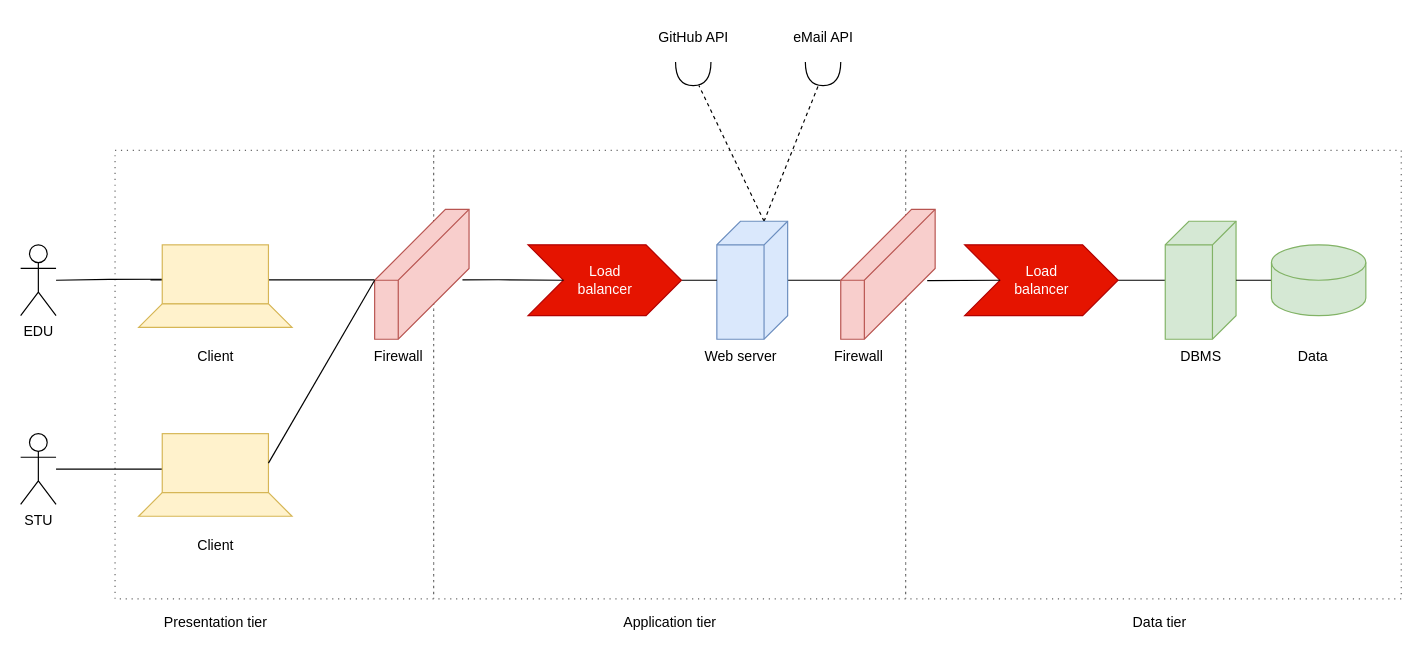
Before: page "High level components" (1 of 4) of DD/images/diagrams/chapter2.drawio in pontig/sw-eng-2-PasiniPontiggiaStasi, a draw.io diagram. Source tidied: cells renumbered, new cells numbered last; positions are measured from the earlier drawing's top-left corner, leaving out a move shared by most shapes. Both pictures are drawn from the tidied source at 118%, with x=0, y=0 at pixel (20, 20).
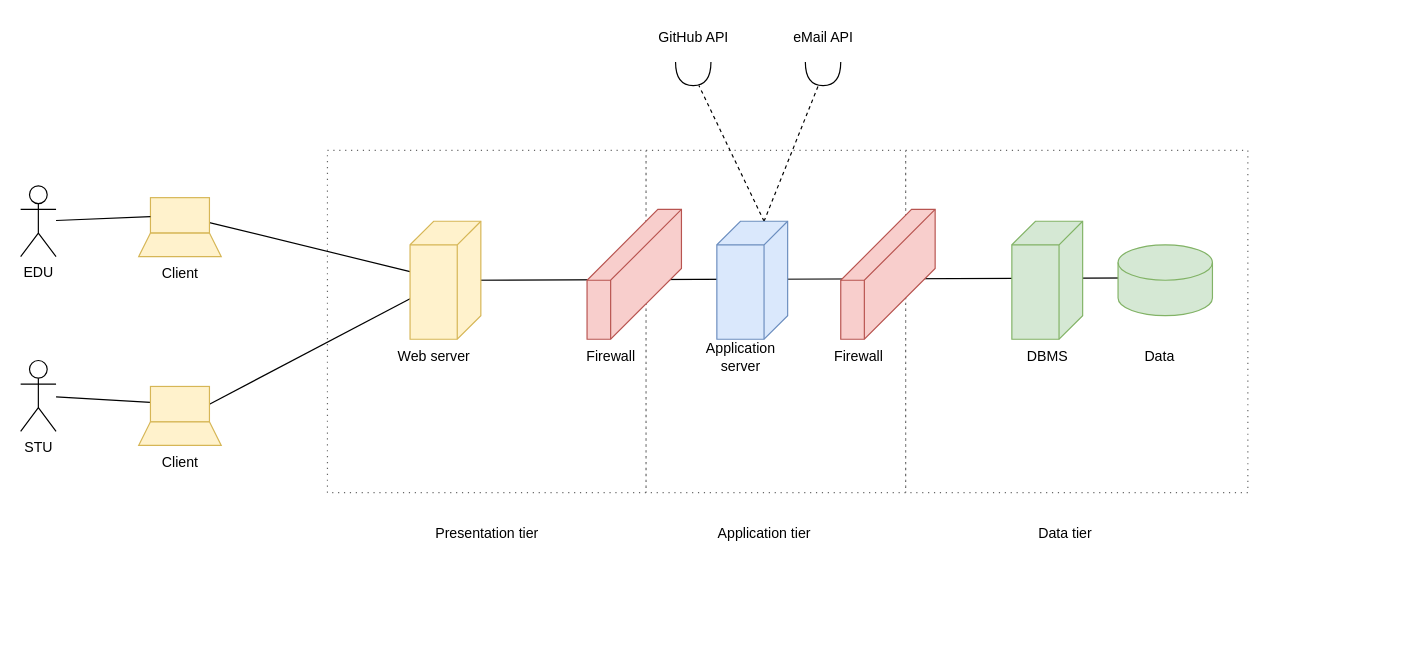
After the change.

The change refers to these unchanged cells:
```xml
<mxCell id="8" style="verticalAlign=top;align=left;spacingTop=8;spacingLeft=2;spacingRight=12;shape=cube;size=20;direction=south;fontStyle=4;html=1;whiteSpace=wrap;fillColor=#dae8fc;strokeColor=#6c8ebf;" parent="1" vertex="1">
  <mxGeometry x="590" y="170" width="60" height="100" as="geometry" />
</mxCell>
<mxCell id="20" style="verticalAlign=top;align=left;spacingTop=8;spacingLeft=2;spacingRight=12;shape=cube;size=60;direction=south;fontStyle=4;html=1;whiteSpace=wrap;fillStyle=auto;fillColor=#f8cecc;strokeColor=#b85450;" parent="1" vertex="1">
  <mxGeometry x="695" y="160" width="80" height="110" as="geometry" />
</mxCell>
```

Change to the diagram source:
```diff
@@
+    <mxCell id="44" style="endArrow=none;html=1;rounded=0;" parent="1" edge="1">
+      <mxGeometry relative="1" as="geometry">
+        <mxPoint x="370" y="220" as="sourcePoint" />
+        <mxPoint x="960" y="218" as="targetPoint" />
+      </mxGeometry>
+    </mxCell>
     <mxCell id="2" style="rounded=0;whiteSpace=wrap;html=1;fillColor=none;fontColor=#333333;strokeColor=#666666;dashed=1;dashPattern=1 4;" parent="1" vertex="1">
-      <mxGeometry x="750" y="110" width="420" height="380" as="geometry" />
+      <mxGeometry x="750" y="110" width="290" height="290" as="geometry" />
     </mxCell>
     <mxCell id="3" style="rounded=0;whiteSpace=wrap;html=1;fillColor=none;fontColor=#333333;strokeColor=#666666;dashed=1;dashPattern=1 4;" parent="1" vertex="1">
-      <mxGeometry x="350" y="110" width="400" height="380" as="geometry" />
+      <mxGeometry x="530" y="110" width="220" height="290" as="geometry" />
     </mxCell>
     <mxCell id="4" style="rounded=0;whiteSpace=wrap;html=1;fillColor=none;fontColor=#333333;strokeColor=#666666;dashed=1;dashPattern=1 4;" parent="1" vertex="1">
-      <mxGeometry x="80" y="110" width="270" height="380" as="geometry" />
+      <mxGeometry x="260" y="110" width="270" height="290" as="geometry" />
     </mxCell>
-    <mxCell id="5" style="edgeStyle=orthogonalEdgeStyle;rounded=0;jettySize=auto;html=1;entryX=0;entryY=0;entryDx=60;entryDy=80;entryPerimeter=0;endArrow=none;endFill=0;" parent="1" edge="1" source="8" target="20">
-      <mxGeometry relative="1" as="geometry" />
-    </mxCell>
@@
-    <mxCell id="9" value="Web server" style="text;html=1;align=center;verticalAlign=middle;strokeColor=none;fillColor=none;" parent="1" vertex="1">
-      <mxGeometry x="570" y="270" width="80" height="30" as="geometry" />
+    <mxCell id="9" value="Application &lt;br&gt;server" style="text;html=1;align=center;verticalAlign=middle;strokeColor=none;fillColor=none;" parent="1" vertex="1">
+      <mxGeometry x="570" y="265" width="80" height="40" as="geometry" />
     </mxCell>
-    <mxCell id="10" style="edgeStyle=orthogonalEdgeStyle;rounded=0;jettySize=auto;html=1;endArrow=none;endFill=0;" parent="1" edge="1" source="11" target="8">
-      <mxGeometry relative="1" as="geometry" />
-    </mxCell>
-    <mxCell id="11" value="Load&lt;br&gt;balancer" style="html=1;shadow=0;dashed=0;align=center;verticalAlign=middle;shape=mxgraph.arrows2.arrow;dy=0;dx=30;notch=30;fillColor=#e51400;strokeColor=#B20000;fontColor=#ffffff;" parent="1" vertex="1">
-      <mxGeometry x="430" y="190" width="130" height="60" as="geometry" />
-    </mxCell>
-    <mxCell id="12" style="edgeStyle=orthogonalEdgeStyle;rounded=0;jettySize=auto;html=1;entryX=0;entryY=0.5;entryDx=30;entryDy=0;entryPerimeter=0;endArrow=none;endFill=0;exitX=0.542;exitY=0.07;exitDx=0;exitDy=0;exitPerimeter=0;" parent="1" edge="1" source="14" target="11">
-      <mxGeometry relative="1" as="geometry" />
-    </mxCell>
-    <mxCell id="13" style="edgeStyle=orthogonalEdgeStyle;rounded=0;jettySize=auto;html=1;endArrow=none;endFill=0;" parent="1" edge="1" target="17">
-      <mxGeometry relative="1" as="geometry">
-        <mxPoint x="300" y="219.7" as="sourcePoint" />
-        <Array as="points">
-          <mxPoint x="110" y="220" />
-          <mxPoint x="110" y="220" />
-        </Array>
-      </mxGeometry>
-    </mxCell>
     <mxCell id="14" style="verticalAlign=top;align=left;spacingTop=8;spacingLeft=2;spacingRight=12;shape=cube;size=60;direction=south;fontStyle=4;html=1;whiteSpace=wrap;fillStyle=auto;fillColor=#f8cecc;strokeColor=#b85450;" parent="1" vertex="1">
-      <mxGeometry x="300" y="160" width="80" height="110" as="geometry" />
+      <mxGeometry x="480" y="160" width="80" height="110" as="geometry" />
     </mxCell>
     <mxCell id="15" value="Firewall" style="text;html=1;align=center;verticalAlign=middle;strokeColor=none;fillColor=none;" parent="1" vertex="1">
-      <mxGeometry x="290" y="270" width="60" height="30" as="geometry" />
+      <mxGeometry x="470" y="270" width="60" height="30" as="geometry" />
     </mxCell>
-    <mxCell id="16" style="edgeStyle=orthogonalEdgeStyle;rounded=0;jettySize=auto;html=1;exitX=0.007;exitY=0.583;exitDx=0;exitDy=0;exitPerimeter=0;endArrow=none;endFill=0;" parent="1" edge="1" source="17" target="35">
-      <mxGeometry relative="1" as="geometry" />
-    </mxCell>
+    <mxCell id="45" style="rounded=0;jettySize=auto;html=1;endArrow=none;endFill=0;" parent="1" edge="1" source="17" target="51">
+      <mxGeometry relative="1" as="geometry" />
+    </mxCell>
     <mxCell id="17" style="whiteSpace=wrap;html=1;fillColor=#fff2cc;strokeColor=#d6b656;" parent="1" vertex="1">
-      <mxGeometry x="120" y="190" width="90" height="50" as="geometry" />
+      <mxGeometry x="110" y="150" width="50" height="30" as="geometry" />
     </mxCell>
-    <mxCell id="18" style="shape=trapezoid;perimeter=trapezoidPerimeter;whiteSpace=wrap;html=1;fixedSize=1;fillColor=#fff2cc;strokeColor=#d6b656;" parent="1" vertex="1">
-      <mxGeometry x="100" y="240" width="130" height="20" as="geometry" />
+    <mxCell id="18" style="shape=trapezoid;perimeter=trapezoidPerimeter;whiteSpace=wrap;html=1;fixedSize=1;fillColor=#fff2cc;strokeColor=#d6b656;size=10;" parent="1" vertex="1">
+      <mxGeometry x="100" y="180" width="70" height="20" as="geometry" />
     </mxCell>
     <mxCell id="19" value="Client" style="text;html=1;align=center;verticalAlign=middle;strokeColor=none;fillColor=none;" parent="1" vertex="1">
-      <mxGeometry x="140" y="270" width="50" height="30" as="geometry" />
+      <mxGeometry x="110" y="200" width="50" height="30" as="geometry" />
     </mxCell>
@@
-    <mxCell id="22" style="edgeStyle=orthogonalEdgeStyle;rounded=0;jettySize=auto;html=1;endArrow=none;endFill=0;" parent="1" edge="1" source="23" target="25">
-      <mxGeometry relative="1" as="geometry" />
-    </mxCell>
-    <mxCell id="23" value="Load&lt;br&gt;balancer" style="html=1;shadow=0;dashed=0;align=center;verticalAlign=middle;shape=mxgraph.arrows2.arrow;dy=0;dx=30;notch=30;fillColor=#e51400;strokeColor=#B20000;fontColor=#ffffff;" parent="1" vertex="1">
-      <mxGeometry x="800" y="190" width="130" height="60" as="geometry" />
-    </mxCell>
-    <mxCell id="24" style="endArrow=none;html=1;rounded=0;entryX=0;entryY=0.5;entryDx=30;entryDy=0;entryPerimeter=0;exitX=0.548;exitY=0.084;exitDx=0;exitDy=0;exitPerimeter=0;" parent="1" edge="1" source="20" target="23">
-      <mxGeometry relative="1" as="geometry" />
-    </mxCell>
     <mxCell id="25" style="verticalAlign=top;align=left;spacingTop=8;spacingLeft=2;spacingRight=12;shape=cube;size=20;direction=south;fontStyle=4;html=1;whiteSpace=wrap;fillColor=#d5e8d4;strokeColor=#82b366;" parent="1" vertex="1">
-      <mxGeometry x="970" y="170" width="60" height="100" as="geometry" />
+      <mxGeometry x="840" y="170" width="60" height="100" as="geometry" />
     </mxCell>
     <mxCell id="26" value="DBMS" style="text;html=1;align=center;verticalAlign=middle;strokeColor=none;fillColor=none;" parent="1" vertex="1">
-      <mxGeometry x="970" y="270" width="60" height="30" as="geometry" />
+      <mxGeometry x="840" y="270" width="60" height="30" as="geometry" />
     </mxCell>
-    <mxCell id="27" style="edgeStyle=orthogonalEdgeStyle;rounded=0;jettySize=auto;html=1;endArrow=none;endFill=0;" parent="1" edge="1" source="28" target="25">
-      <mxGeometry relative="1" as="geometry" />
-    </mxCell>
     <mxCell id="28" style="shape=cylinder3;whiteSpace=wrap;html=1;boundedLbl=1;backgroundOutline=1;size=15;fillColor=#d5e8d4;strokeColor=#82b366;" parent="1" vertex="1">
-      <mxGeometry x="1060" y="190" width="80" height="60" as="geometry" />
+      <mxGeometry x="930" y="190" width="80" height="60" as="geometry" />
     </mxCell>
     <mxCell id="29" value="Data" style="text;html=1;align=center;verticalAlign=middle;strokeColor=none;fillColor=none;" parent="1" vertex="1">
-      <mxGeometry x="1070" y="270" width="50" height="30" as="geometry" />
+      <mxGeometry x="940" y="270" width="50" height="30" as="geometry" />
     </mxCell>
-    <mxCell id="30" style="edgeStyle=orthogonalEdgeStyle;rounded=0;jettySize=auto;html=1;endArrow=none;endFill=0;" parent="1" edge="1" source="31" target="36">
-      <mxGeometry relative="1" as="geometry">
-        <Array as="points">
-          <mxPoint x="80" y="380" />
-          <mxPoint x="80" y="380" />
-        </Array>
-      </mxGeometry>
-    </mxCell>
-    <mxCell id="31" style="whiteSpace=wrap;html=1;fillColor=#fff2cc;strokeColor=#d6b656;" parent="1" vertex="1">
-      <mxGeometry x="120" y="350" width="90" height="50" as="geometry" />
-    </mxCell>
-    <mxCell id="32" style="shape=trapezoid;perimeter=trapezoidPerimeter;whiteSpace=wrap;html=1;fixedSize=1;fillColor=#fff2cc;strokeColor=#d6b656;" parent="1" vertex="1">
-      <mxGeometry x="100" y="400" width="130" height="20" as="geometry" />
-    </mxCell>
-    <mxCell id="33" value="Client" style="text;html=1;align=center;verticalAlign=middle;strokeColor=none;fillColor=none;" parent="1" vertex="1">
-      <mxGeometry x="140" y="430" width="50" height="30" as="geometry" />
-    </mxCell>
-    <mxCell id="34" style="endArrow=none;html=1;rounded=0;entryX=0;entryY=0;entryDx=60;entryDy=80;entryPerimeter=0;exitX=1;exitY=0.5;exitDx=0;exitDy=0;" parent="1" edge="1" source="31" target="14">
-      <mxGeometry relative="1" as="geometry" />
-    </mxCell>
+    <mxCell id="46" style="rounded=0;jettySize=auto;html=1;endArrow=none;endFill=0;" parent="1" edge="1" source="35" target="17">
+      <mxGeometry relative="1" as="geometry" />
+    </mxCell>
     <mxCell id="35" value="EDU" style="shape=umlActor;verticalLabelPosition=bottom;verticalAlign=top;html=1;outlineConnect=0;" parent="1" vertex="1">
-      <mxGeometry y="190" width="30" height="60" as="geometry" />
+      <mxGeometry y="140" width="30" height="60" as="geometry" />
     </mxCell>
+    <mxCell id="47" style="rounded=0;jettySize=auto;html=1;endArrow=none;endFill=0;" parent="1" edge="1" source="36" target="49">
+      <mxGeometry relative="1" as="geometry" />
+    </mxCell>
     <mxCell id="36" value="STU" style="shape=umlActor;verticalLabelPosition=bottom;verticalAlign=top;html=1;outlineConnect=0;" parent="1" vertex="1">
-      <mxGeometry y="350" width="30" height="60" as="geometry" />
+      <mxGeometry y="288" width="30" height="60" as="geometry" />
     </mxCell>
     <mxCell id="37" value="Presentation tier" style="text;html=1;align=center;verticalAlign=middle;strokeColor=none;fillColor=none;" parent="1" vertex="1">
-      <mxGeometry x="110" y="495" width="110" height="30" as="geometry" />
+      <mxGeometry x="340" y="420" width="110" height="30" as="geometry" />
     </mxCell>
     <mxCell id="38" value="Application tier" style="text;html=1;align=center;verticalAlign=middle;strokeColor=none;fillColor=none;" parent="1" vertex="1">
-      <mxGeometry x="500" y="495" width="100" height="30" as="geometry" />
+      <mxGeometry x="580" y="420" width="100" height="30" as="geometry" />
     </mxCell>
     <mxCell id="39" value="Data tier" style="text;html=1;align=center;verticalAlign=middle;strokeColor=none;fillColor=none;" parent="1" vertex="1">
-      <mxGeometry x="930" y="495" width="70" height="30" as="geometry" />
+      <mxGeometry x="850" y="420" width="70" height="30" as="geometry" />
     </mxCell>
@@
+    <mxCell id="48" style="rounded=0;jettySize=auto;html=1;endArrow=none;endFill=0;exitX=1;exitY=0.5;exitDx=0;exitDy=0;" parent="1" edge="1" source="49" target="51">
+      <mxGeometry relative="1" as="geometry" />
+    </mxCell>
+    <mxCell id="49" style="whiteSpace=wrap;html=1;fillColor=#fff2cc;strokeColor=#d6b656;" parent="1" vertex="1">
+      <mxGeometry x="110" y="310" width="50" height="30" as="geometry" />
+    </mxCell>
+    <mxCell id="50" style="shape=trapezoid;perimeter=trapezoidPerimeter;whiteSpace=wrap;html=1;fixedSize=1;fillColor=#fff2cc;strokeColor=#d6b656;size=10;" parent="1" vertex="1">
+      <mxGeometry x="100" y="340" width="70" height="20" as="geometry" />
+    </mxCell>
+    <mxCell id="33" value="Client" style="text;html=1;align=center;verticalAlign=middle;strokeColor=none;fillColor=none;" parent="1" vertex="1">
+      <mxGeometry x="110" y="360" width="50" height="30" as="geometry" />
+    </mxCell>
+    <mxCell id="51" style="verticalAlign=top;align=left;spacingTop=8;spacingLeft=2;spacingRight=12;shape=cube;size=20;direction=south;fontStyle=4;html=1;whiteSpace=wrap;fillColor=#fff2cc;strokeColor=#d6b656;" parent="1" vertex="1">
+      <mxGeometry x="330" y="170" width="60" height="100" as="geometry" />
+    </mxCell>
+    <mxCell id="52" value="Web server" style="text;html=1;align=center;verticalAlign=middle;strokeColor=none;fillColor=none;" parent="1" vertex="1">
+      <mxGeometry x="310" y="270" width="80" height="30" as="geometry" />
+    </mxCell>
```
